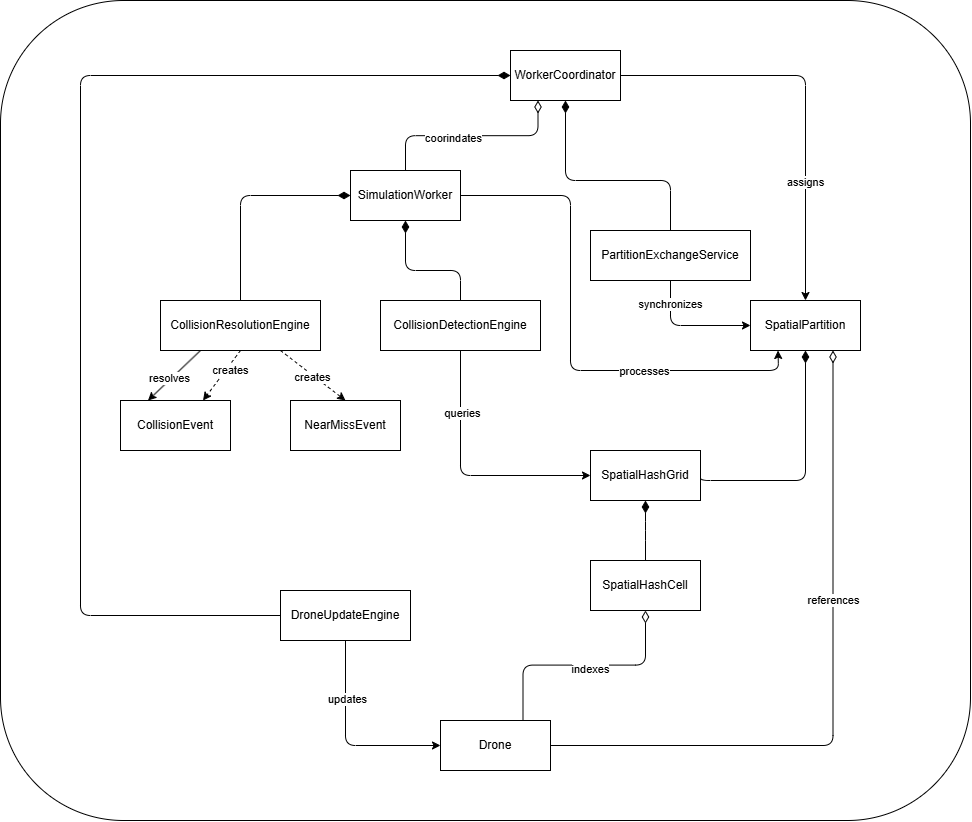
This is designs/workers_partitions_collisionDetection.drawio.png from jsfmu/drone-swarm-simulator, a draw.io export, as it was before one commit. Source tidied: cells renumbered, new cells last; positions are measured from the earlier drawing's top-left corner, leaving out a move shared by most shapes. Its diagram source:
```xml
<mxGraphModel>
  <root>
    <mxCell id="0" />
    <mxCell id="1" parent="0" />
    <mxCell id="2" style="rounded=1;whiteSpace=wrap;html=1;" parent="1" vertex="1">
      <mxGeometry width="970" height="820" as="geometry" />
    </mxCell>
    <mxCell id="3" style="edgeStyle=none;html=1;exitX=1;exitY=0.5;exitDx=0;exitDy=0;entryX=0.25;entryY=1;entryDx=0;entryDy=0;" parent="1" edge="1" source="8" target="23">
      <mxGeometry relative="1" as="geometry">
        <Array as="points">
          <mxPoint x="570" y="195" />
          <mxPoint x="570" y="370" />
          <mxPoint x="778" y="370" />
        </Array>
      </mxGeometry>
    </mxCell>
    <mxCell id="4" value="processes" style="edgeLabel;html=1;align=center;verticalAlign=middle;" parent="3" vertex="1">
      <mxGeometry x="0.3" y="-2" relative="1" as="geometry">
        <mxPoint x="25" y="-2" as="offset" />
      </mxGeometry>
    </mxCell>
    <mxCell id="5" style="edgeStyle=none;html=1;exitX=1;exitY=0.5;exitDx=0;exitDy=0;entryX=0.5;entryY=0;entryDx=0;entryDy=0;" parent="1" edge="1" source="7" target="23">
      <mxGeometry relative="1" as="geometry">
        <Array as="points">
          <mxPoint x="805" y="75" />
        </Array>
      </mxGeometry>
    </mxCell>
    <mxCell id="6" value="assigns" style="edgeLabel;html=1;align=center;verticalAlign=middle;" parent="5" vertex="1">
      <mxGeometry x="0.42" y="-1" relative="1" as="geometry" />
    </mxCell>
    <mxCell id="7" value="WorkerCoordinator" style="html=1;whiteSpace=wrap;" parent="1" vertex="1">
      <mxGeometry x="510" y="50" width="110" height="50" as="geometry" />
    </mxCell>
    <mxCell id="8" value="SimulationWorker" style="html=1;whiteSpace=wrap;" parent="1" vertex="1">
      <mxGeometry x="350" y="170" width="110" height="50" as="geometry" />
    </mxCell>
    <mxCell id="9" style="html=1;startArrow=diamondThin;startFill=0;edgeStyle=elbowEdgeStyle;elbow=vertical;startSize=10;endArrow=none;endFill=0;entryX=0.5;entryY=0;entryDx=0;entryDy=0;exitX=0.25;exitY=1;exitDx=0;exitDy=0;" parent="1" edge="1" source="7" target="8">
      <mxGeometry relative="1" as="geometry" />
    </mxCell>
    <mxCell id="10" value="coorindates" style="edgeLabel;html=1;align=center;verticalAlign=middle;" parent="9" vertex="1">
      <mxGeometry x="0.18" y="2" relative="1" as="geometry" />
    </mxCell>
    <mxCell id="11" style="edgeStyle=none;html=1;exitX=0.25;exitY=1;exitDx=0;exitDy=0;entryX=0.25;entryY=0;entryDx=0;entryDy=0;" parent="1" edge="1" source="13" target="37">
      <mxGeometry relative="1" as="geometry" />
    </mxCell>
    <mxCell id="12" value="resolves" style="edgeLabel;html=1;align=center;verticalAlign=middle;" parent="11" vertex="1">
      <mxGeometry x="0.13" y="-2" relative="1" as="geometry" />
    </mxCell>
    <mxCell id="13" value="CollisionResolutionEngine" style="html=1;whiteSpace=wrap;" parent="1" vertex="1">
      <mxGeometry x="160" y="300" width="160" height="50" as="geometry" />
    </mxCell>
    <mxCell id="14" style="html=1;startArrow=diamondThin;startFill=1;edgeStyle=elbowEdgeStyle;elbow=vertical;startSize=10;endArrow=none;endFill=0;entryX=0.5;entryY=0;entryDx=0;entryDy=0;exitX=0;exitY=0.5;exitDx=0;exitDy=0;" parent="1" edge="1" source="8" target="13">
      <mxGeometry relative="1" as="geometry">
        <Array as="points">
          <mxPoint x="300" y="195" />
        </Array>
      </mxGeometry>
    </mxCell>
    <mxCell id="15" style="edgeStyle=none;html=1;exitX=0.5;exitY=1;exitDx=0;exitDy=0;entryX=0;entryY=0.5;entryDx=0;entryDy=0;" parent="1" edge="1" source="17" target="24">
      <mxGeometry relative="1" as="geometry">
        <Array as="points">
          <mxPoint x="460" y="475" />
        </Array>
      </mxGeometry>
    </mxCell>
    <mxCell id="16" value="queries" style="edgeLabel;html=1;align=center;verticalAlign=middle;" parent="15" vertex="1">
      <mxGeometry x="-0.51" y="1" relative="1" as="geometry" />
    </mxCell>
    <mxCell id="17" value="CollisionDetectionEngine" style="html=1;whiteSpace=wrap;" parent="1" vertex="1">
      <mxGeometry x="380" y="300" width="160" height="50" as="geometry" />
    </mxCell>
    <mxCell id="18" style="html=1;startArrow=diamondThin;startFill=1;edgeStyle=elbowEdgeStyle;elbow=vertical;startSize=10;endArrow=none;endFill=0;entryX=0.5;entryY=0;entryDx=0;entryDy=0;exitX=0.5;exitY=1;exitDx=0;exitDy=0;" parent="1" edge="1" source="8" target="17">
      <mxGeometry relative="1" as="geometry">
        <Array as="points">
          <mxPoint x="420" y="270" />
        </Array>
      </mxGeometry>
    </mxCell>
    <mxCell id="19" style="edgeStyle=none;html=1;exitX=0.5;exitY=1;exitDx=0;exitDy=0;entryX=0;entryY=0.5;entryDx=0;entryDy=0;" parent="1" edge="1" source="21" target="23">
      <mxGeometry relative="1" as="geometry">
        <Array as="points">
          <mxPoint x="670" y="325" />
        </Array>
      </mxGeometry>
    </mxCell>
    <mxCell id="20" value="synchronizes" style="edgeLabel;html=1;align=center;verticalAlign=middle;" parent="19" vertex="1">
      <mxGeometry x="-0.62" y="-1" relative="1" as="geometry" />
    </mxCell>
    <mxCell id="21" value="PartitionExchangeService" style="html=1;whiteSpace=wrap;" parent="1" vertex="1">
      <mxGeometry x="590" y="230" width="160" height="50" as="geometry" />
    </mxCell>
    <mxCell id="22" style="html=1;startArrow=diamondThin;startFill=1;edgeStyle=elbowEdgeStyle;elbow=vertical;startSize=10;endArrow=none;endFill=0;entryX=0.5;entryY=0;entryDx=0;entryDy=0;exitX=0.5;exitY=1;exitDx=0;exitDy=0;" parent="1" edge="1" source="7" target="21">
      <mxGeometry relative="1" as="geometry">
        <Array as="points">
          <mxPoint x="705" y="180" />
        </Array>
      </mxGeometry>
    </mxCell>
    <mxCell id="23" value="SpatialPartition" style="html=1;whiteSpace=wrap;" parent="1" vertex="1">
      <mxGeometry x="750" y="300" width="110" height="50" as="geometry" />
    </mxCell>
    <mxCell id="24" value="SpatialHashGrid" style="html=1;whiteSpace=wrap;" parent="1" vertex="1">
      <mxGeometry x="590" y="450" width="110" height="50" as="geometry" />
    </mxCell>
    <mxCell id="25" style="html=1;startArrow=diamondThin;startFill=1;edgeStyle=elbowEdgeStyle;elbow=vertical;startSize=10;endArrow=none;endFill=0;entryX=1;entryY=0.5;entryDx=0;entryDy=0;exitX=0.5;exitY=1;exitDx=0;exitDy=0;" parent="1" edge="1" source="23" target="24">
      <mxGeometry relative="1" as="geometry">
        <Array as="points">
          <mxPoint x="850" y="480" />
        </Array>
      </mxGeometry>
    </mxCell>
    <mxCell id="26" value="SpatialHashCell" style="html=1;whiteSpace=wrap;" parent="1" vertex="1">
      <mxGeometry x="590" y="560" width="110" height="50" as="geometry" />
    </mxCell>
    <mxCell id="27" style="html=1;startArrow=diamondThin;startFill=1;edgeStyle=elbowEdgeStyle;elbow=vertical;startSize=10;endArrow=none;endFill=0;entryX=0.5;entryY=0;entryDx=0;entryDy=0;exitX=0.5;exitY=1;exitDx=0;exitDy=0;" parent="1" edge="1" source="24" target="26">
      <mxGeometry relative="1" as="geometry">
        <Array as="points">
          <mxPoint x="645" y="530" />
        </Array>
      </mxGeometry>
    </mxCell>
    <mxCell id="28" style="edgeStyle=none;html=1;exitX=0.5;exitY=1;exitDx=0;exitDy=0;entryX=0;entryY=0.5;entryDx=0;entryDy=0;" parent="1" edge="1" source="30" target="32">
      <mxGeometry relative="1" as="geometry">
        <Array as="points">
          <mxPoint x="345" y="745" />
        </Array>
      </mxGeometry>
    </mxCell>
    <mxCell id="29" value="updates" style="edgeLabel;html=1;align=center;verticalAlign=middle;" parent="28" vertex="1">
      <mxGeometry x="-0.41" y="1" relative="1" as="geometry" />
    </mxCell>
    <mxCell id="30" value="DroneUpdateEngine" style="html=1;whiteSpace=wrap;" parent="1" vertex="1">
      <mxGeometry x="280" y="590" width="130" height="50" as="geometry" />
    </mxCell>
    <mxCell id="31" style="html=1;startArrow=diamondThin;startFill=1;edgeStyle=elbowEdgeStyle;elbow=vertical;startSize=10;endArrow=none;endFill=0;entryX=0;entryY=0.5;entryDx=0;entryDy=0;exitX=0;exitY=0.5;exitDx=0;exitDy=0;" parent="1" edge="1" source="7" target="30">
      <mxGeometry relative="1" as="geometry">
        <Array as="points">
          <mxPoint x="80" y="350" />
        </Array>
      </mxGeometry>
    </mxCell>
    <mxCell id="32" value="Drone" style="html=1;whiteSpace=wrap;" parent="1" vertex="1">
      <mxGeometry x="440" y="720" width="110" height="50" as="geometry" />
    </mxCell>
    <mxCell id="33" style="html=1;startArrow=diamondThin;startFill=0;edgeStyle=elbowEdgeStyle;elbow=vertical;startSize=10;endArrow=none;endFill=0;entryX=0.75;entryY=0;entryDx=0;entryDy=0;exitX=0.5;exitY=1;exitDx=0;exitDy=0;" parent="1" edge="1" source="26" target="32">
      <mxGeometry relative="1" as="geometry" />
    </mxCell>
    <mxCell id="34" value="indexes" style="edgeLabel;html=1;align=center;verticalAlign=middle;" parent="33" vertex="1">
      <mxGeometry x="0.19" y="4" relative="1" as="geometry">
        <mxPoint x="29" as="offset" />
      </mxGeometry>
    </mxCell>
    <mxCell id="35" style="html=1;startArrow=diamondThin;startFill=0;edgeStyle=elbowEdgeStyle;elbow=vertical;startSize=10;endArrow=none;endFill=0;entryX=1;entryY=0.5;entryDx=0;entryDy=0;exitX=0.75;exitY=1;exitDx=0;exitDy=0;" parent="1" edge="1" source="23" target="32">
      <mxGeometry relative="1" as="geometry">
        <Array as="points">
          <mxPoint x="650" y="745" />
        </Array>
      </mxGeometry>
    </mxCell>
    <mxCell id="36" value="references" style="edgeLabel;html=1;align=center;verticalAlign=middle;" parent="35" vertex="1">
      <mxGeometry x="-0.26" relative="1" as="geometry" />
    </mxCell>
    <mxCell id="37" value="CollisionEvent" style="html=1;whiteSpace=wrap;" parent="1" vertex="1">
      <mxGeometry x="120" y="400" width="110" height="50" as="geometry" />
    </mxCell>
    <mxCell id="38" value="NearMissEvent" style="html=1;whiteSpace=wrap;" parent="1" vertex="1">
      <mxGeometry x="290" y="400" width="110" height="50" as="geometry" />
    </mxCell>
    <mxCell id="39" style="html=1;labelBackgroundColor=#ffffff;startArrow=none;startFill=0;startSize=6;endArrow=classic;endFill=1;endSize=6;jettySize=auto;strokeWidth=1;dashed=1;fontSize=14;exitX=0.5;exitY=1;exitDx=0;exitDy=0;entryX=0.75;entryY=0;entryDx=0;entryDy=0;" parent="1" edge="1" source="13" target="37">
      <mxGeometry relative="1" as="geometry" />
    </mxCell>
    <mxCell id="40" value="creates" style="edgeLabel;html=1;align=center;verticalAlign=middle;" parent="39" vertex="1">
      <mxGeometry x="-0.25" y="1" relative="1" as="geometry">
        <mxPoint x="3" as="offset" />
      </mxGeometry>
    </mxCell>
    <mxCell id="41" style="html=1;labelBackgroundColor=#ffffff;startArrow=none;startFill=0;startSize=6;endArrow=classic;endFill=1;endSize=6;jettySize=auto;strokeWidth=1;dashed=1;fontSize=14;exitX=0.75;exitY=1;exitDx=0;exitDy=0;entryX=0.5;entryY=0;entryDx=0;entryDy=0;" parent="1" edge="1" source="13" target="38">
      <mxGeometry relative="1" as="geometry" />
    </mxCell>
    <mxCell id="42" value="creates" style="edgeLabel;html=1;align=center;verticalAlign=middle;" parent="41" vertex="1">
      <mxGeometry x="0.01" y="-2" relative="1" as="geometry" />
    </mxCell>
  </root>
</mxGraphModel>
```
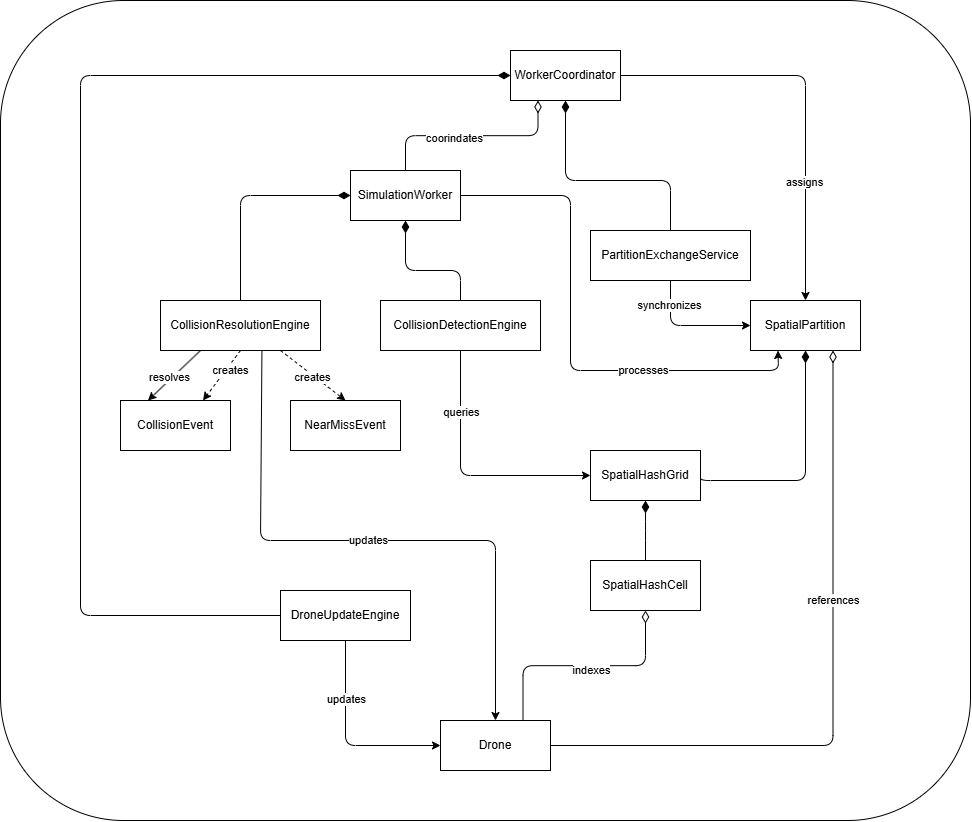
After the change.

Commit message:
Added missing relationship

Diff of the diagram source:
```diff
@@ -47,6 +47,17 @@
     <mxCell id="12" value="resolves" style="edgeLabel;html=1;align=center;verticalAlign=middle;" parent="11" vertex="1">
       <mxGeometry x="0.13" y="-2" relative="1" as="geometry" />
     </mxCell>
+    <mxCell id="43" style="edgeStyle=none;html=1;entryX=0.5;entryY=0;entryDx=0;entryDy=0;exitX=0.634;exitY=0.99;exitDx=0;exitDy=0;exitPerimeter=0;" parent="1" edge="1" source="13" target="32">
+      <mxGeometry relative="1" as="geometry">
+        <Array as="points">
+          <mxPoint x="260" y="540" />
+          <mxPoint x="495" y="540" />
+        </Array>
+      </mxGeometry>
+    </mxCell>
+    <mxCell id="44" value="updates" style="edgeLabel;html=1;align=center;verticalAlign=middle;" parent="43" vertex="1">
+      <mxGeometry x="-0.02" relative="1" as="geometry" />
+    </mxCell>
     <mxCell id="13" value="CollisionResolutionEngine" style="html=1;whiteSpace=wrap;" parent="1" vertex="1">
       <mxGeometry x="160" y="300" width="160" height="50" as="geometry" />
     </mxCell>
```
